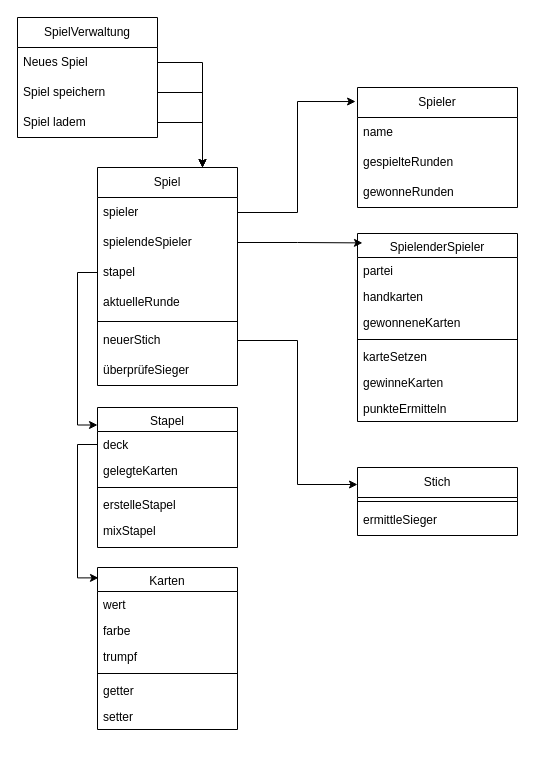
Earlier version of the draw.io diagram Struktur.drawio (GuncraftaM1P/hwr-oop-skat-gruppe2). Source tidied: cells renumbered, new cells numbered last; positions are measured from the earlier drawing's top-left corner, leaving out a move shared by most shapes. Both pictures are drawn from the tidied source at 100%, with x=0, y=0 at pixel (17, 17).
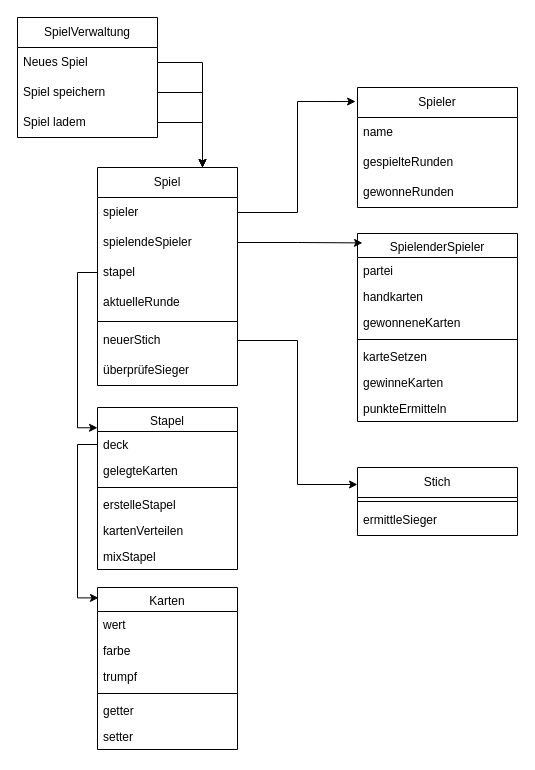
The same page after the edit.

Change to the diagram source:
```diff
@@
     <mxCell id="2" value="Karten" style="swimlane;fontStyle=0;align=center;verticalAlign=top;horizontal=1;startSize=24;rounded=0;shadow=0;strokeWidth=1;" parent="1" vertex="1">
-      <mxGeometry x="80" y="550" width="140" height="162" as="geometry" />
+      <mxGeometry x="80" y="570" width="140" height="162" as="geometry" />
     </mxCell>
@@
     <mxCell id="13" value="Stapel" style="swimlane;fontStyle=0;align=center;verticalAlign=top;horizontal=1;startSize=24;rounded=0;shadow=0;strokeWidth=1;" parent="1" vertex="1">
-      <mxGeometry x="80" y="390" width="140" height="140" as="geometry" />
+      <mxGeometry x="80" y="390" width="140" height="162" as="geometry" />
     </mxCell>
@@
+    <mxCell id="50" value="kartenVerteilen" style="text;align=left;verticalAlign=top;spacingLeft=4;spacingRight=4;overflow=hidden;" parent="13" vertex="1">
+      <mxGeometry y="110" width="140" height="26" as="geometry" />
+    </mxCell>
     <mxCell id="18" value="mixStapel" style="text;align=left;verticalAlign=top;spacingLeft=4;spacingRight=4;overflow=hidden;" parent="13" vertex="1">
-      <mxGeometry y="110" width="140" height="26" as="geometry" />
+      <mxGeometry y="136" width="140" height="26" as="geometry" />
     </mxCell>
```
